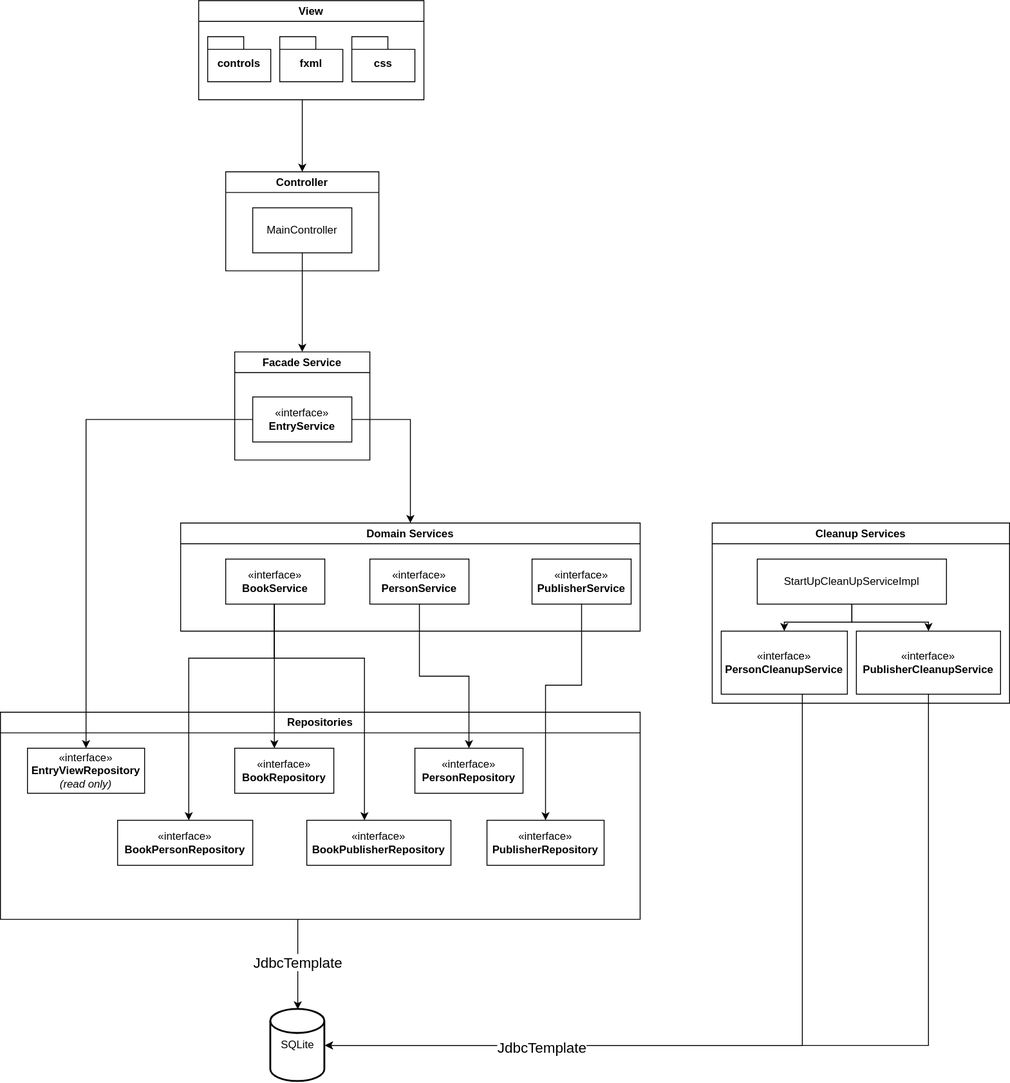
scrVrdn/inventory keeps this draw.io diagram as diagrams/architecture.drawio.svg. Above is the earlier version. Source tidied: cells renumbered, new cells last; positions are measured from the earlier drawing's top-left corner, leaving out a move shared by most shapes.
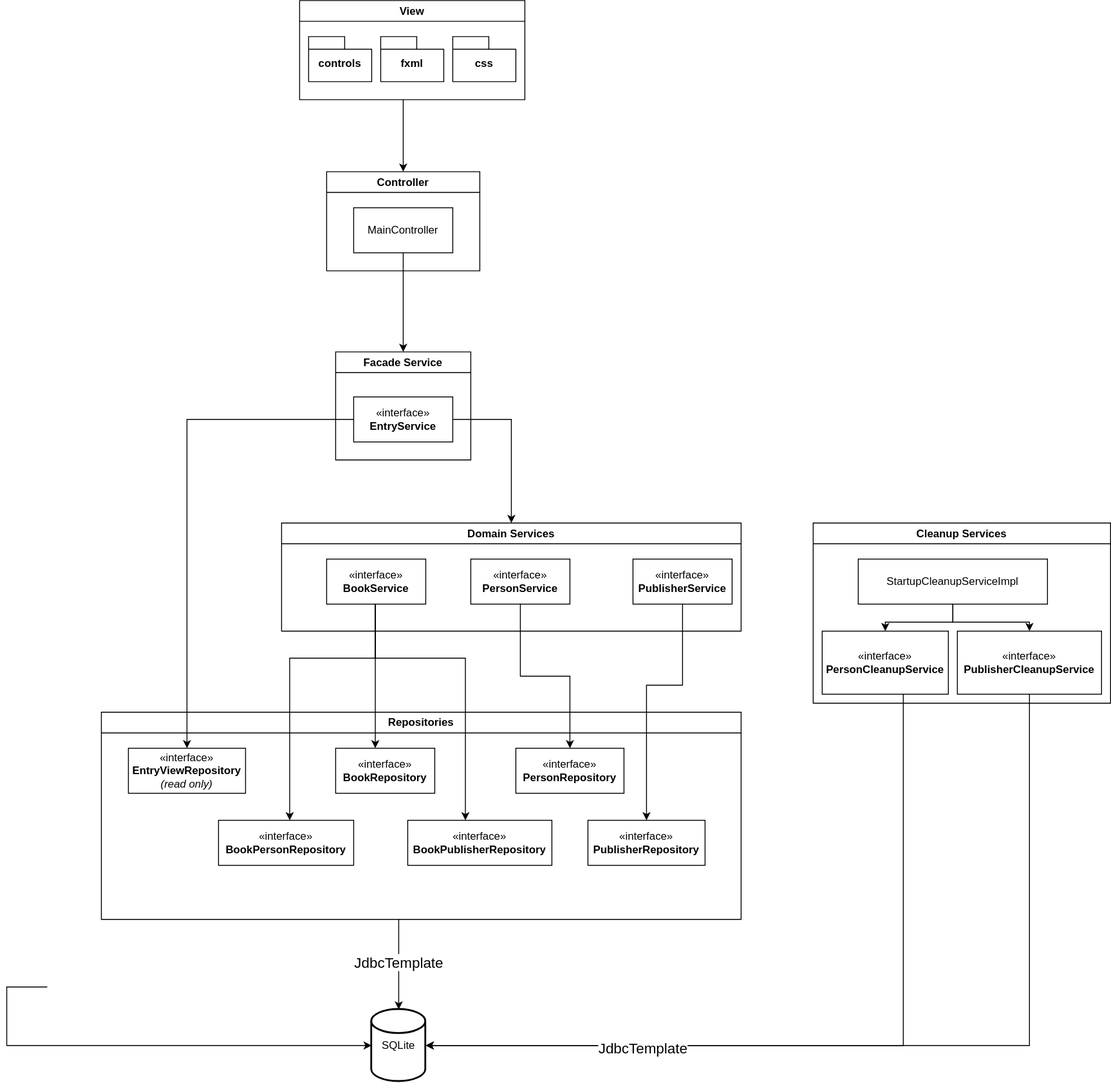
Above is the later version.

Commit message:
correction in architecture diagram

Change to the diagram source:
```diff
@@ -50,7 +50,7 @@
     <mxCell id="17" style="edgeStyle=orthogonalEdgeStyle;rounded=0;jettySize=auto;html=1;entryX=0.5;entryY=0;entryDx=0;entryDy=0;" parent="13" edge="1" source="18" target="15">
       <mxGeometry relative="1" as="geometry" />
     </mxCell>
-    <mxCell id="18" value="&lt;div&gt;StartUpCleanUpServiceImpl&lt;/div&gt;" style="html=1;whiteSpace=wrap;" parent="13" vertex="1">
+    <mxCell id="18" value="&lt;div&gt;StartupCleanupServiceImpl&lt;/div&gt;" style="html=1;whiteSpace=wrap;" parent="13" vertex="1">
       <mxGeometry x="50" y="40" width="210" height="50" as="geometry" />
     </mxCell>
     <mxCell id="19" value="Facade Service" style="swimlane;whiteSpace=wrap;html=1;" parent="1" vertex="1">
@@ -172,5 +172,13 @@
     <mxCell id="42" value="&lt;div&gt;&lt;font style=&quot;font-size: 16px;&quot;&gt;JdbcTemplate&lt;/font&gt;&lt;/div&gt;" style="edgeLabel;html=1;align=center;verticalAlign=middle;" parent="41" vertex="1">
       <mxGeometry x="0.55" y="2" relative="1" as="geometry" />
     </mxCell>
+    <mxCell id="43" style="edgeStyle=orthogonalEdgeStyle;rounded=0;jettySize=auto;html=1;" parent="1" edge="1" target="24">
+      <mxGeometry relative="1" as="geometry">
+        <mxPoint x="-60" y="1095" as="sourcePoint" />
+        <Array as="points">
+          <mxPoint x="-105" y="1160" />
+        </Array>
+      </mxGeometry>
+    </mxCell>
   </root>
 </mxGraphModel>
```
